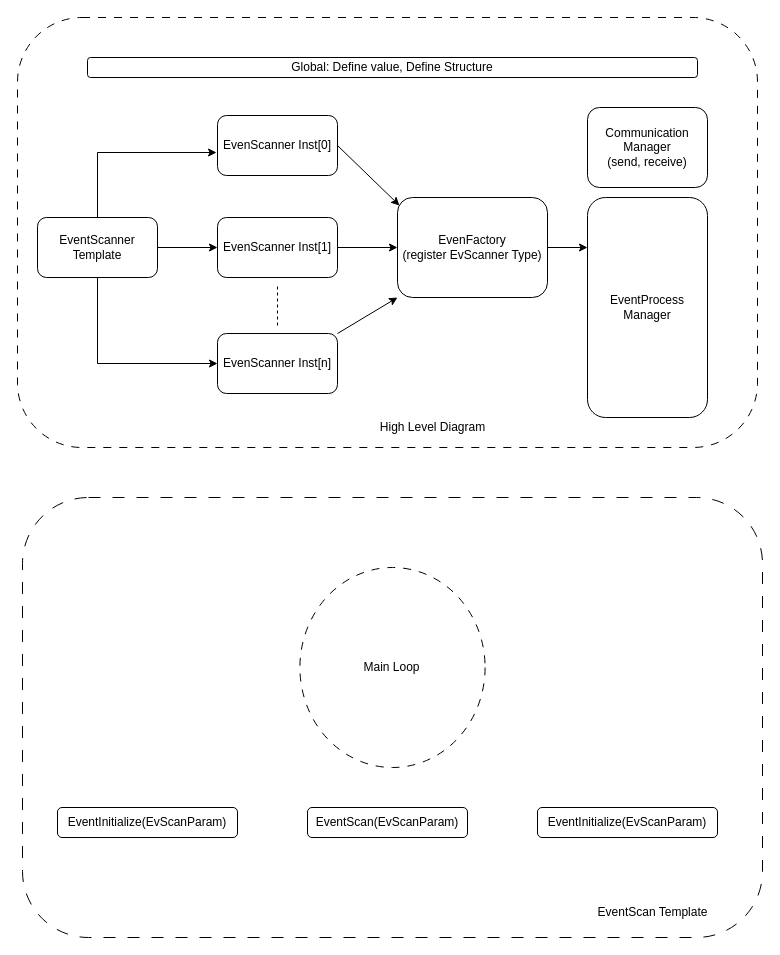
huunhan312/CodeDiagram keeps this draw.io diagram as PNIXEventProcess.drawio. Above is the earlier version. Source tidied: cells renumbered, new cells numbered last; positions are measured from the earlier drawing's top-left corner, leaving out a move shared by most shapes. Both pictures are drawn from the tidied source at 100%, with x=0, y=0 at pixel (17, 17).
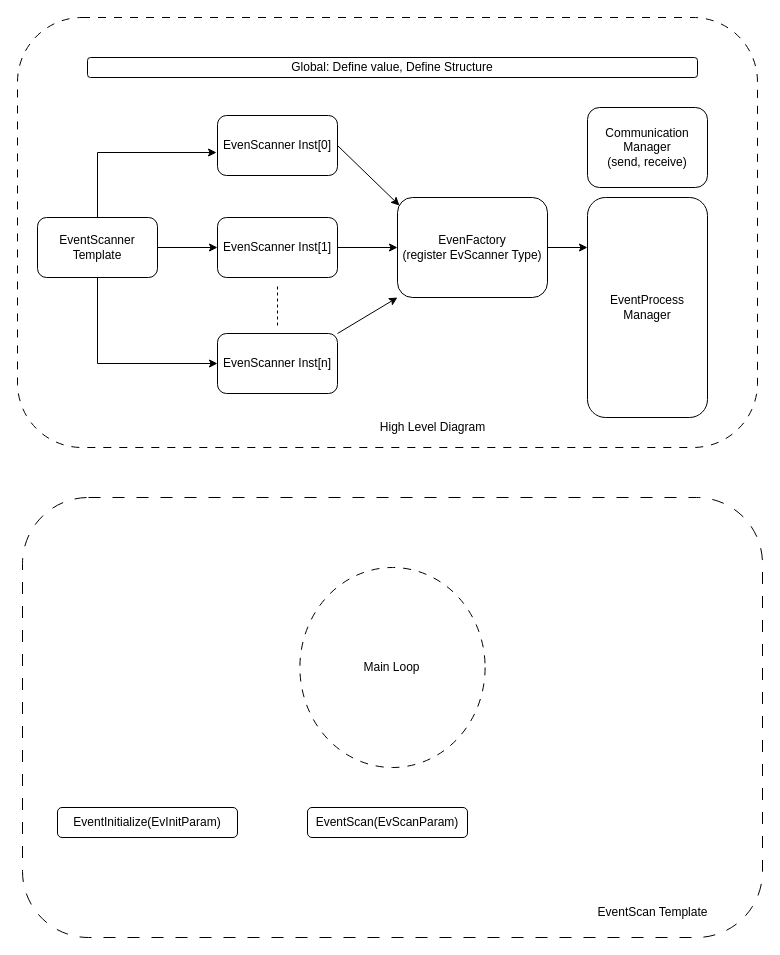
The same page after the edit.

What changed in the source:
```diff
@@
-    <mxCell id="24" value="EventInitialize(EvScanParam)" style="rounded=1;whiteSpace=wrap;html=1;" parent="1" vertex="1">
+    <mxCell id="24" value="EventInitialize(EvInitParam)" style="rounded=1;whiteSpace=wrap;html=1;" parent="1" vertex="1">
       <mxGeometry x="40" y="790" width="180" height="30" as="geometry" />
     </mxCell>
-    <mxCell id="25" value="EventInitialize(EvScanParam)" style="rounded=1;whiteSpace=wrap;html=1;" parent="1" vertex="1">
-      <mxGeometry x="520" y="790" width="180" height="30" as="geometry" />
-    </mxCell>
```
